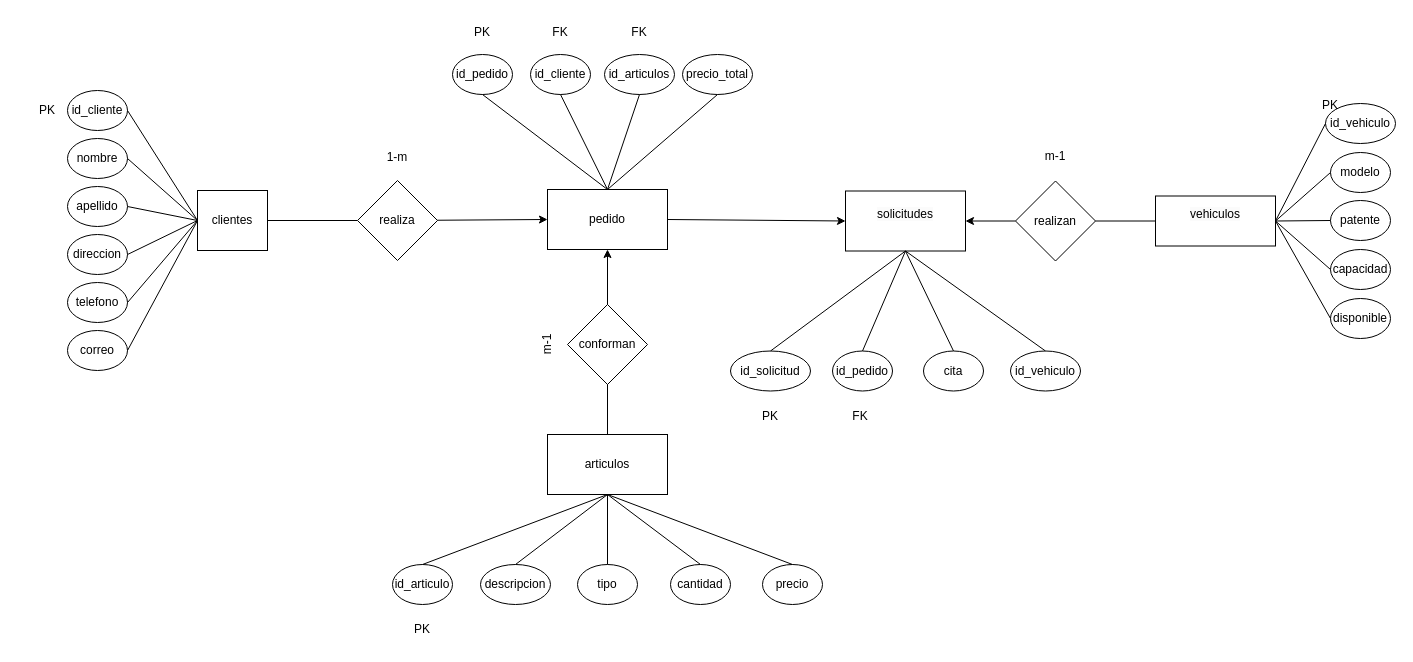
Above: diagrama.drawio in carandab/M5_AE5_Grupal (draw.io), before the change. Source tidied: cells renumbered, new cells numbered last; positions are measured from the earlier drawing's top-left corner, leaving out a move shared by most shapes. Both pictures are drawn from the tidied source at 100%, with x=0, y=0 at pixel (17, 16).
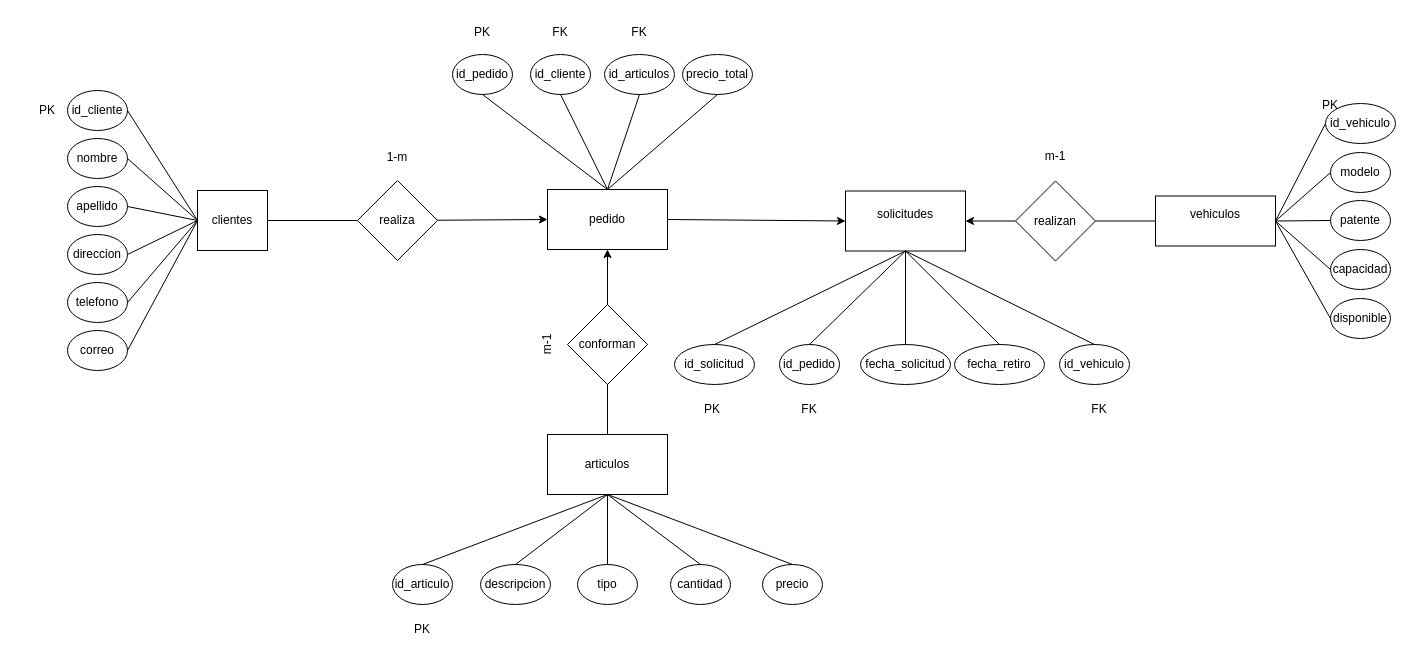
Above is the later version.

Commit message:
Se modifican archivo drawio, respecto a algunos atributos y orden visual

The change refers to these unchanged cells:
```xml
<mxCell id="3" value="&#10;&lt;span style=&quot;color: rgb(0, 0, 0); font-family: Helvetica; font-size: 12px; font-style: normal; font-variant-ligatures: normal; font-variant-caps: normal; font-weight: 400; letter-spacing: normal; orphans: 2; text-align: center; text-indent: 0px; text-transform: none; widows: 2; word-spacing: 0px; -webkit-text-stroke-width: 0px; white-space: normal; background-color: rgb(251, 251, 251); text-decoration-thickness: initial; text-decoration-style: initial; text-decoration-color: initial; display: inline !important; float: none;&quot;&gt;solicitudes&lt;/span&gt;&#10;&#10;" style="rounded=0;whiteSpace=wrap;html=1;" parent="1" vertex="1">
  <mxGeometry x="828" y="174.5" width="120" height="60" as="geometry" />
</mxCell>
```

What changed in the source:
```diff
@@
-    <mxCell id="26" value="cita" style="ellipse;whiteSpace=wrap;html=1;" parent="1" vertex="1">
-      <mxGeometry x="906" y="334.5" width="60" height="40" as="geometry" />
+    <mxCell id="26" value="fecha_solicitud" style="ellipse;whiteSpace=wrap;html=1;" parent="1" vertex="1">
+      <mxGeometry x="843" y="328" width="90" height="40" as="geometry" />
     </mxCell>
@@
     <mxCell id="28" value="id_solicitud" style="ellipse;whiteSpace=wrap;html=1;" parent="1" vertex="1">
-      <mxGeometry x="713" y="334.5" width="80" height="40" as="geometry" />
+      <mxGeometry x="657" y="328" width="80" height="40" as="geometry" />
     </mxCell>
@@
     <mxCell id="32" value="PK" style="text;html=1;align=center;verticalAlign=middle;whiteSpace=wrap;rounded=0;" parent="1" vertex="1">
-      <mxGeometry x="723" y="384.5" width="60" height="30" as="geometry" />
+      <mxGeometry x="665" y="378" width="60" height="30" as="geometry" />
     </mxCell>
@@
     <mxCell id="39" value="id_vehiculo" style="ellipse;whiteSpace=wrap;html=1;" parent="1" vertex="1">
-      <mxGeometry x="993" y="334.5" width="70" height="40" as="geometry" />
+      <mxGeometry x="1042" y="328" width="70" height="40" as="geometry" />
     </mxCell>
@@
     <mxCell id="44" value="id_pedido" style="ellipse;whiteSpace=wrap;html=1;" parent="1" vertex="1">
-      <mxGeometry x="815" y="334.5" width="60" height="40" as="geometry" />
+      <mxGeometry x="762" y="328" width="60" height="40" as="geometry" />
     </mxCell>
@@
     <mxCell id="56" value="FK" style="text;html=1;align=center;verticalAlign=middle;whiteSpace=wrap;rounded=0;" parent="1" vertex="1">
-      <mxGeometry x="813" y="384.5" width="60" height="30" as="geometry" />
+      <mxGeometry x="762" y="378" width="60" height="30" as="geometry" />
     </mxCell>
@@
+    <mxCell id="75" value="fecha_retiro" style="ellipse;whiteSpace=wrap;html=1;" parent="1" vertex="1">
+      <mxGeometry x="937" y="328" width="90" height="40" as="geometry" />
+    </mxCell>
+    <mxCell id="76" style="endArrow=none;html=1;exitX=0.5;exitY=1;exitDx=0;exitDy=0;entryX=0.5;entryY=0;entryDx=0;entryDy=0;" parent="1" edge="1" source="3" target="75">
+      <mxGeometry relative="1" as="geometry" />
+    </mxCell>
+    <mxCell id="77" value="FK" style="text;html=1;align=center;verticalAlign=middle;whiteSpace=wrap;rounded=0;" parent="1" vertex="1">
+      <mxGeometry x="1052" y="378" width="60" height="30" as="geometry" />
+    </mxCell>
```
